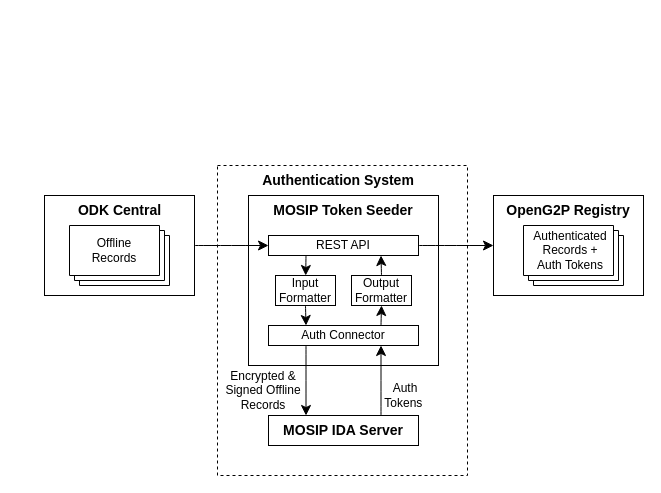
The draw.io diagram .gitbook/assets/offline-registration-authentication.drawio in OpenG2P/openg2p-documentation, before the edit. Source tidied: cells renumbered, new cells numbered last; positions are measured from the earlier drawing's top-left corner, leaving out a move shared by most shapes. Both pictures are drawn from the tidied source at 100%, with x=0, y=0 at pixel (44, 165). Pictures stored in the file or linked from it are replaced by grey dashed boxes.
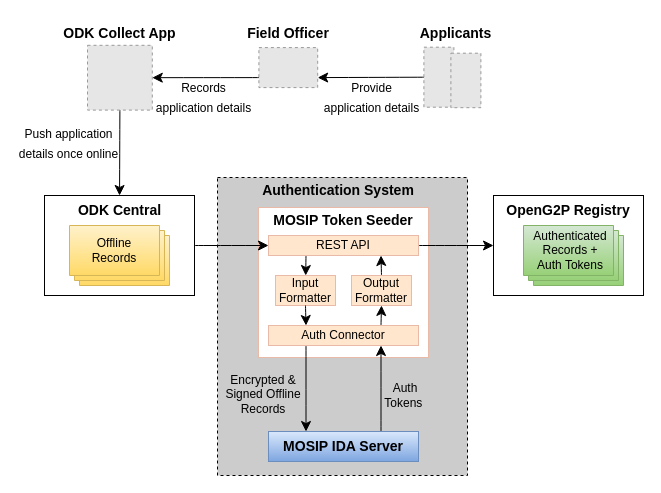
After the change.

The change refers to these unchanged cells:
```xml
<mxCell id="7" value="&lt;b style=&quot;font-size: 14px;&quot;&gt;ODK Central&lt;/b&gt;" style="text;html=1;strokeColor=none;fillColor=none;align=center;verticalAlign=middle;whiteSpace=wrap;rounded=0;fontSize=14;" parent="1" vertex="1">
  <mxGeometry x="31.5" y="30" width="87" height="30" as="geometry" />
</mxCell>
```

The edit, as a diff of the source:
```diff
@@
-    <mxCell id="2" style="rounded=0;whiteSpace=wrap;html=1;fontSize=16;dashed=1;" parent="1" vertex="1">
-      <mxGeometry x="173" width="250" height="310" as="geometry" />
+    <mxCell id="2" style="rounded=0;whiteSpace=wrap;html=1;fontSize=16;dashed=1;fillColor=#CCCCCC;gradientColor=none;strokeColor=#000000;" parent="1" vertex="1">
+      <mxGeometry x="173" y="12" width="250" height="298" as="geometry" />
     </mxCell>
@@
-    <mxCell id="5" style="verticalLabelPosition=bottom;verticalAlign=top;html=1;shape=mxgraph.basic.layered_rect;dx=10;whiteSpace=wrap;fontSize=16;" parent="1" vertex="1">
+    <mxCell id="5" style="verticalLabelPosition=bottom;verticalAlign=top;html=1;shape=mxgraph.basic.layered_rect;dx=10;whiteSpace=wrap;fontSize=16;fillColor=#fff2cc;strokeColor=#d6b656;gradientColor=#ffd966;" parent="1" vertex="1">
       <mxGeometry x="25" y="60" width="100" height="60" as="geometry" />
     </mxCell>
@@
-    <mxCell id="8" style="rounded=0;whiteSpace=wrap;html=1;fontSize=16;" parent="1" vertex="1">
-      <mxGeometry x="204" y="30" width="190" height="170" as="geometry" />
+    <mxCell id="8" style="rounded=0;whiteSpace=wrap;html=1;fontSize=16;strokeColor=#EABAA8;" parent="1" vertex="1">
+      <mxGeometry x="214" y="42" width="170" height="150" as="geometry" />
     </mxCell>
     <mxCell id="9" value="&lt;b style=&quot;font-size: 14px;&quot;&gt;MOSIP Token Seeder&lt;/b&gt;" style="text;html=1;strokeColor=none;fillColor=none;align=center;verticalAlign=middle;whiteSpace=wrap;rounded=0;fontSize=14;" parent="1" vertex="1">
-      <mxGeometry x="214" y="30" width="170" height="30" as="geometry" />
+      <mxGeometry x="214" y="40" width="170" height="30" as="geometry" />
     </mxCell>
@@
-    <mxCell id="13" value="REST API" style="rounded=0;whiteSpace=wrap;html=1;fontSize=12;" parent="1" vertex="1">
+    <mxCell id="13" value="REST API" style="rounded=0;whiteSpace=wrap;html=1;fontSize=12;fillColor=#ffe6cc;strokeColor=#EABAA8;" parent="1" vertex="1">
       <mxGeometry x="224" y="70" width="150" height="20" as="geometry" />
     </mxCell>
-    <mxCell id="14" value="Input Formatter" style="rounded=0;whiteSpace=wrap;html=1;fontSize=12;" parent="1" vertex="1">
+    <mxCell id="14" value="Input Formatter" style="rounded=0;whiteSpace=wrap;html=1;fontSize=12;fillColor=#ffe6cc;strokeColor=#EABAA8;" parent="1" vertex="1">
       <mxGeometry x="231" y="110" width="60" height="30" as="geometry" />
     </mxCell>
@@
-    <mxCell id="16" value="Output Formatter" style="rounded=0;whiteSpace=wrap;html=1;fontSize=12;" parent="1" vertex="1">
+    <mxCell id="16" value="Output Formatter" style="rounded=0;whiteSpace=wrap;html=1;fontSize=12;fillColor=#ffe6cc;strokeColor=#EABAA8;" parent="1" vertex="1">
       <mxGeometry x="307" y="110" width="60" height="30" as="geometry" />
     </mxCell>
@@
-    <mxCell id="19" value="Auth Connector" style="rounded=0;whiteSpace=wrap;html=1;fontSize=12;" parent="1" vertex="1">
+    <mxCell id="19" value="Auth Connector" style="rounded=0;whiteSpace=wrap;html=1;fontSize=12;fillColor=#ffe6cc;strokeColor=#EABAA8;" parent="1" vertex="1">
       <mxGeometry x="224" y="160" width="150" height="20" as="geometry" />
     </mxCell>
@@
     <mxCell id="22" value="Encrypted &amp;amp; Signed Offline Records" style="text;html=1;strokeColor=none;fillColor=none;align=center;verticalAlign=middle;whiteSpace=wrap;rounded=0;fontSize=12;" parent="1" vertex="1">
-      <mxGeometry x="179" y="205" width="80" height="40" as="geometry" />
+      <mxGeometry x="179" y="209" width="80" height="40" as="geometry" />
     </mxCell>
@@
-    <mxCell id="25" style="verticalLabelPosition=bottom;verticalAlign=top;html=1;shape=mxgraph.basic.layered_rect;dx=10;whiteSpace=wrap;fontSize=16;" parent="1" vertex="1">
+    <mxCell id="25" style="verticalLabelPosition=bottom;verticalAlign=top;html=1;shape=mxgraph.basic.layered_rect;dx=10;whiteSpace=wrap;fontSize=16;fillColor=#d5e8d4;gradientColor=#97d077;strokeColor=#82b366;" parent="1" vertex="1">
       <mxGeometry x="479" y="60" width="100" height="60" as="geometry" />
     </mxCell>
@@
-    <mxCell id="28" value="MOSIP IDA Server" style="rounded=0;whiteSpace=wrap;html=1;fontSize=14;fontStyle=1;" parent="1" vertex="1">
-      <mxGeometry x="224" y="250" width="150" height="30" as="geometry" />
+    <mxCell id="28" value="MOSIP IDA Server" style="rounded=0;whiteSpace=wrap;html=1;fontSize=14;fontStyle=1;fillColor=#dae8fc;strokeColor=#6c8ebf;gradientColor=#7ea6e0;" parent="1" vertex="1">
+      <mxGeometry x="224" y="266" width="150" height="30" as="geometry" />
     </mxCell>
     <mxCell id="29" value="&lt;b style=&quot;font-size: 14px;&quot;&gt;Authentication System&lt;/b&gt;" style="text;html=1;strokeColor=none;fillColor=none;align=center;verticalAlign=middle;whiteSpace=wrap;rounded=0;fontSize=14;" parent="1" vertex="1">
-      <mxGeometry x="209" width="170" height="30" as="geometry" />
+      <mxGeometry x="209" y="10" width="170" height="30" as="geometry" />
     </mxCell>
+    <mxCell id="30" style="edgeStyle=none;curved=1;rounded=0;jettySize=auto;html=1;exitX=0;exitY=0.5;exitDx=0;exitDy=0;entryX=1;entryY=0.75;entryDx=0;entryDy=0;fontSize=12;startSize=8;endSize=8;" parent="1" edge="1" source="31" target="34">
+      <mxGeometry relative="1" as="geometry" />
+    </mxCell>
+    <mxCell id="31" style="fillColor=#E6E6E6;strokeColor=#999999;dashed=1;verticalLabelPosition=bottom;labelBackgroundColor=default;verticalAlign=top;fontSize=16;" parent="1" vertex="1">
+      <mxGeometry x="379.4" y="-118.3" width="30" height="60" as="geometry" />
+    </mxCell>
+    <mxCell id="32" style="fillColor=#E6E6E6;strokeColor=#999999;dashed=1;verticalLabelPosition=bottom;labelBackgroundColor=default;verticalAlign=top;fontSize=16;" parent="1" vertex="1">
+      <mxGeometry x="406.4" y="-112.3" width="30" height="54.5" as="geometry" />
+    </mxCell>
+    <mxCell id="33" style="edgeStyle=none;curved=1;rounded=0;jettySize=auto;html=1;exitX=0;exitY=0.75;exitDx=0;exitDy=0;fontSize=12;startSize=8;endSize=8;" parent="1" edge="1" source="34" target="36">
+      <mxGeometry relative="1" as="geometry" />
+    </mxCell>
+    <mxCell id="34" style="fillColor=#E6E6E6;strokeColor=#999999;dashed=1;verticalLabelPosition=bottom;labelBackgroundColor=default;verticalAlign=top;" parent="1" vertex="1">
+      <mxGeometry x="214.4" y="-117.9" width="58.8" height="40" as="geometry" />
+    </mxCell>
+    <mxCell id="35" style="edgeStyle=none;curved=1;rounded=0;jettySize=auto;html=1;exitX=0.5;exitY=1;exitDx=0;exitDy=0;fontSize=12;startSize=8;endSize=8;" parent="1" edge="1" source="36" target="7">
+      <mxGeometry relative="1" as="geometry" />
+    </mxCell>
+    <mxCell id="36" style="fillColor=#E6E6E6;strokeColor=#999999;dashed=1;verticalLabelPosition=bottom;labelBackgroundColor=default;verticalAlign=top;" parent="1" vertex="1">
+      <mxGeometry x="43" y="-120.2" width="64.8" height="64.8" as="geometry" />
+    </mxCell>
+    <mxCell id="37" value="&lt;font style=&quot;font-size: 12px;&quot;&gt;Provide application details&lt;/font&gt;" style="text;html=1;strokeColor=none;fillColor=none;align=center;verticalAlign=middle;whiteSpace=wrap;rounded=0;fontSize=16;" parent="1" vertex="1">
+      <mxGeometry x="276" y="-83.7" width="103" height="30" as="geometry" />
+    </mxCell>
+    <mxCell id="38" value="&lt;font style=&quot;font-size: 12px;&quot;&gt;Records application details&lt;/font&gt;" style="text;html=1;strokeColor=none;fillColor=none;align=center;verticalAlign=middle;whiteSpace=wrap;rounded=0;fontSize=16;" parent="1" vertex="1">
+      <mxGeometry x="107.8" y="-83.7" width="103" height="30" as="geometry" />
+    </mxCell>
+    <mxCell id="39" value="&lt;b&gt;&lt;font style=&quot;font-size: 14px;&quot;&gt;Applicants&lt;/font&gt;&lt;/b&gt;" style="text;html=1;strokeColor=none;fillColor=none;align=center;verticalAlign=middle;whiteSpace=wrap;rounded=0;fontSize=16;" parent="1" vertex="1">
+      <mxGeometry x="379.4" y="-147.9" width="65.4" height="30" as="geometry" />
+    </mxCell>
+    <mxCell id="40" value="&lt;span style=&quot;font-size: 14px;&quot;&gt;&lt;b&gt;Field Officer&lt;/b&gt;&lt;/span&gt;" style="text;html=1;strokeColor=none;fillColor=none;align=center;verticalAlign=middle;whiteSpace=wrap;rounded=0;fontSize=16;" parent="1" vertex="1">
+      <mxGeometry x="193.8" y="-148.2" width="100" height="30" as="geometry" />
+    </mxCell>
+    <mxCell id="41" value="&lt;span style=&quot;font-size: 14px;&quot;&gt;&lt;b&gt;ODK Collect App&lt;/b&gt;&lt;/span&gt;" style="text;html=1;strokeColor=none;fillColor=none;align=center;verticalAlign=middle;whiteSpace=wrap;rounded=0;fontSize=16;" parent="1" vertex="1">
+      <mxGeometry x="18.1" y="-147.9" width="114.5" height="30" as="geometry" />
+    </mxCell>
+    <mxCell id="42" value="&lt;font style=&quot;font-size: 12px;&quot;&gt;Push application details once online&lt;/font&gt;" style="text;html=1;strokeColor=none;fillColor=none;align=center;verticalAlign=middle;whiteSpace=wrap;rounded=0;fontSize=16;" parent="1" vertex="1">
+      <mxGeometry x="-27" y="-38" width="103" height="30" as="geometry" />
+    </mxCell>
```
